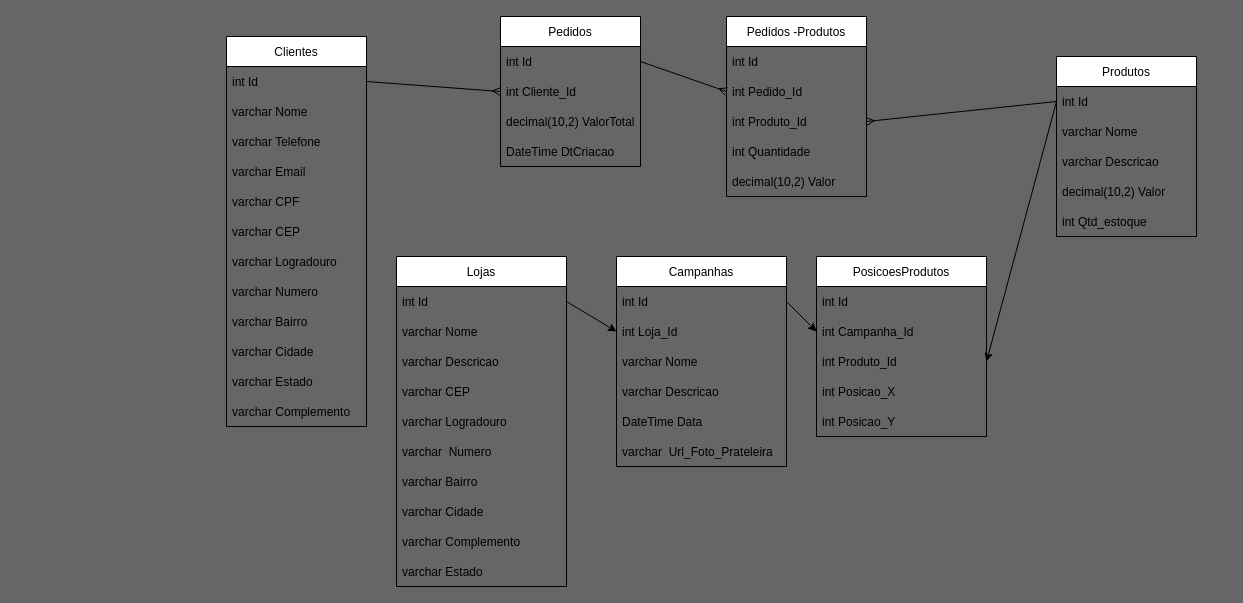
Above: draw.drawio in Luanftg/codigo-do-futuro-api-dotnet (draw.io), before the change. Source tidied: cells renumbered, new cells numbered last; positions are measured from the earlier drawing's top-left corner, leaving out a move shared by most shapes. Both pictures are drawn from the tidied source at 100%, with x=0, y=0 at pixel (226, 16).
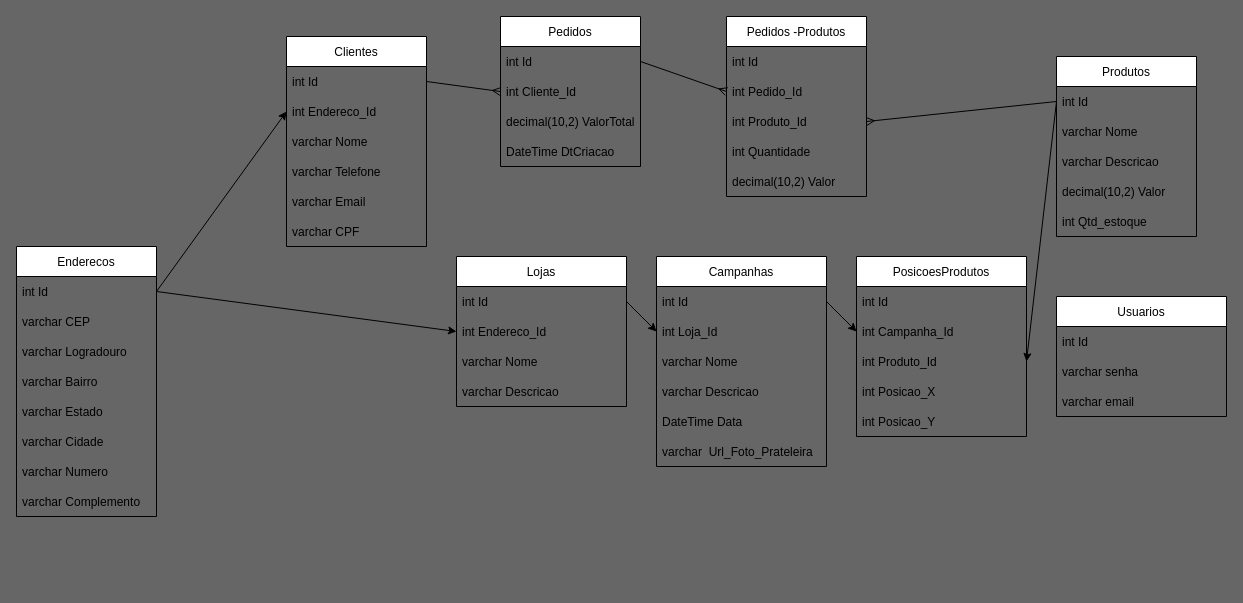
The same diagram, later.

Commit message:
feature(#7):Criado tabela endereco e tabela usuario

The edit, as a diff of the source:
```diff
@@
     <mxCell id="2" value="Clientes" style="swimlane;fontStyle=0;horizontal=1;startSize=30;" parent="1" vertex="1">
-      <mxGeometry y="20" width="140" height="390" as="geometry" />
+      <mxGeometry x="60" y="20" width="140" height="210" as="geometry" />
     </mxCell>
@@
+    <mxCell id="62" value="int Endereco_Id" style="text;strokeColor=none;fillColor=none;align=left;verticalAlign=middle;spacingLeft=4;spacingRight=4;overflow=hidden;points=[[0,0.5],[1,0.5]];portConstraint=eastwest;" parent="2" vertex="1">
+      <mxGeometry y="60" width="140" height="30" as="geometry" />
+    </mxCell>
     <mxCell id="4" value="varchar Nome" style="text;strokeColor=none;fillColor=none;align=left;verticalAlign=middle;spacingLeft=4;spacingRight=4;overflow=hidden;" parent="2" vertex="1">
-      <mxGeometry y="60" width="140" height="30" as="geometry" />
+      <mxGeometry y="90" width="140" height="30" as="geometry" />
     </mxCell>
     <mxCell id="5" value="varchar Telefone" style="text;strokeColor=none;fillColor=none;align=left;verticalAlign=middle;spacingLeft=4;spacingRight=4;overflow=hidden;" parent="2" vertex="1">
-      <mxGeometry y="90" width="140" height="30" as="geometry" />
+      <mxGeometry y="120" width="140" height="30" as="geometry" />
     </mxCell>
     <mxCell id="6" value="varchar Email" style="text;strokeColor=none;fillColor=none;align=left;verticalAlign=middle;spacingLeft=4;spacingRight=4;overflow=hidden;" parent="2" vertex="1">
-      <mxGeometry y="120" width="140" height="30" as="geometry" />
+      <mxGeometry y="150" width="140" height="30" as="geometry" />
     </mxCell>
     <mxCell id="7" value="varchar CPF" style="text;strokeColor=none;fillColor=none;align=left;verticalAlign=middle;spacingLeft=4;spacingRight=4;overflow=hidden;" parent="2" vertex="1">
-      <mxGeometry y="150" width="140" height="30" as="geometry" />
+      <mxGeometry y="180" width="140" height="30" as="geometry" />
     </mxCell>
-    <mxCell id="8" value="varchar CEP" style="text;strokeColor=none;fillColor=none;align=left;verticalAlign=middle;spacingLeft=4;spacingRight=4;overflow=hidden;" parent="2" vertex="1">
-      <mxGeometry y="180" width="140" height="30" as="geometry" />
-    </mxCell>
-    <mxCell id="9" value="varchar Logradouro" style="text;strokeColor=none;fillColor=none;align=left;verticalAlign=middle;spacingLeft=4;spacingRight=4;overflow=hidden;" parent="2" vertex="1">
-      <mxGeometry y="210" width="140" height="30" as="geometry" />
-    </mxCell>
-    <mxCell id="10" value="varchar Numero" style="text;strokeColor=none;fillColor=none;align=left;verticalAlign=middle;spacingLeft=4;spacingRight=4;overflow=hidden;" parent="2" vertex="1">
-      <mxGeometry y="240" width="140" height="30" as="geometry" />
-    </mxCell>
-    <mxCell id="11" value="varchar Bairro" style="text;strokeColor=none;fillColor=none;align=left;verticalAlign=middle;spacingLeft=4;spacingRight=4;overflow=hidden;" parent="2" vertex="1">
-      <mxGeometry y="270" width="140" height="30" as="geometry" />
-    </mxCell>
-    <mxCell id="12" value="varchar Cidade" style="text;strokeColor=none;fillColor=none;align=left;verticalAlign=middle;spacingLeft=4;spacingRight=4;overflow=hidden;" parent="2" vertex="1">
-      <mxGeometry y="300" width="140" height="30" as="geometry" />
-    </mxCell>
-    <mxCell id="13" value="varchar Estado" style="text;strokeColor=none;fillColor=none;align=left;verticalAlign=middle;spacingLeft=4;spacingRight=4;overflow=hidden;" parent="2" vertex="1">
-      <mxGeometry y="330" width="140" height="30" as="geometry" />
-    </mxCell>
-    <mxCell id="14" value="varchar Complemento" style="text;strokeColor=none;fillColor=none;align=left;verticalAlign=middle;spacingLeft=4;spacingRight=4;overflow=hidden;" parent="2" vertex="1">
-      <mxGeometry y="360" width="140" height="30" as="geometry" />
-    </mxCell>
@@
     <mxCell id="35" value="Lojas" style="swimlane;fontStyle=0;horizontal=1;startSize=30;" parent="1" vertex="1">
-      <mxGeometry x="170" y="240" width="170" height="330" as="geometry" />
+      <mxGeometry x="230" y="240" width="170" height="150" as="geometry" />
     </mxCell>
@@
+    <mxCell id="63" value="int Endereco_Id" style="text;strokeColor=none;fillColor=none;align=left;verticalAlign=middle;spacingLeft=4;spacingRight=4;overflow=hidden;points=[[0,0.5],[1,0.5]];portConstraint=eastwest;" parent="35" vertex="1">
+      <mxGeometry y="60" width="170" height="30" as="geometry" />
+    </mxCell>
     <mxCell id="37" value="varchar Nome" style="text;strokeColor=none;fillColor=none;align=left;verticalAlign=middle;spacingLeft=4;spacingRight=4;overflow=hidden;" parent="35" vertex="1">
-      <mxGeometry y="60" width="170" height="30" as="geometry" />
+      <mxGeometry y="90" width="170" height="30" as="geometry" />
     </mxCell>
     <mxCell id="38" value="varchar Descricao" style="text;strokeColor=none;fillColor=none;align=left;verticalAlign=middle;spacingLeft=4;spacingRight=4;overflow=hidden;" parent="35" vertex="1">
-      <mxGeometry y="90" width="170" height="30" as="geometry" />
+      <mxGeometry y="120" width="170" height="30" as="geometry" />
     </mxCell>
-    <mxCell id="39" value="varchar CEP" style="text;strokeColor=none;fillColor=none;align=left;verticalAlign=middle;spacingLeft=4;spacingRight=4;overflow=hidden;" parent="35" vertex="1">
-      <mxGeometry y="120" width="170" height="30" as="geometry" />
-    </mxCell>
-    <mxCell id="40" value="varchar Logradouro" style="text;strokeColor=none;fillColor=none;align=left;verticalAlign=middle;spacingLeft=4;spacingRight=4;overflow=hidden;" parent="35" vertex="1">
-      <mxGeometry y="150" width="170" height="30" as="geometry" />
-    </mxCell>
-    <mxCell id="41" value="varchar  Numero" style="text;strokeColor=none;fillColor=none;align=left;verticalAlign=middle;spacingLeft=4;spacingRight=4;overflow=hidden;" parent="35" vertex="1">
-      <mxGeometry y="180" width="170" height="30" as="geometry" />
-    </mxCell>
-    <mxCell id="42" value="varchar Bairro" style="text;strokeColor=none;fillColor=none;align=left;verticalAlign=middle;spacingLeft=4;spacingRight=4;overflow=hidden;" parent="35" vertex="1">
-      <mxGeometry y="210" width="170" height="30" as="geometry" />
-    </mxCell>
-    <mxCell id="43" value="varchar Cidade" style="text;strokeColor=none;fillColor=none;align=left;verticalAlign=middle;spacingLeft=4;spacingRight=4;overflow=hidden;" parent="35" vertex="1">
-      <mxGeometry y="240" width="170" height="30" as="geometry" />
-    </mxCell>
-    <mxCell id="44" value="varchar Complemento" style="text;strokeColor=none;fillColor=none;align=left;verticalAlign=middle;spacingLeft=4;spacingRight=4;overflow=hidden;" parent="35" vertex="1">
-      <mxGeometry y="270" width="170" height="30" as="geometry" />
-    </mxCell>
-    <mxCell id="45" value="varchar Estado" style="text;strokeColor=none;fillColor=none;align=left;verticalAlign=middle;spacingLeft=4;spacingRight=4;overflow=hidden;" parent="35" vertex="1">
-      <mxGeometry y="300" width="170" height="30" as="geometry" />
-    </mxCell>
     <mxCell id="46" value="PosicoesProdutos" style="swimlane;fontStyle=0;horizontal=1;startSize=30;" parent="1" vertex="1">
-      <mxGeometry x="590" y="240" width="170" height="180" as="geometry" />
+      <mxGeometry x="630" y="240" width="170" height="180" as="geometry" />
     </mxCell>
@@
     <mxCell id="52" value="Campanhas" style="swimlane;fontStyle=0;horizontal=1;startSize=30;" parent="1" vertex="1">
-      <mxGeometry x="390" y="240" width="170" height="210" as="geometry" />
+      <mxGeometry x="430" y="240" width="170" height="210" as="geometry" />
     </mxCell>
@@
+    <mxCell id="64" value="Usuarios" style="swimlane;fontStyle=0;horizontal=1;startSize=30;" parent="1" vertex="1">
+      <mxGeometry x="830" y="280" width="170" height="120" as="geometry" />
+    </mxCell>
+    <mxCell id="65" value="int Id" style="text;strokeColor=none;fillColor=none;align=left;verticalAlign=middle;spacingLeft=4;spacingRight=4;overflow=hidden;" parent="64" vertex="1">
+      <mxGeometry y="30" width="170" height="30" as="geometry" />
+    </mxCell>
+    <mxCell id="66" value="varchar senha" style="text;strokeColor=none;fillColor=none;align=left;verticalAlign=middle;spacingLeft=4;spacingRight=4;overflow=hidden;" parent="64" vertex="1">
+      <mxGeometry y="60" width="170" height="30" as="geometry" />
+    </mxCell>
+    <mxCell id="67" value="varchar email" style="text;strokeColor=none;fillColor=none;align=left;verticalAlign=middle;spacingLeft=4;spacingRight=4;overflow=hidden;" parent="64" vertex="1">
+      <mxGeometry y="90" width="170" height="30" as="geometry" />
+    </mxCell>
+    <mxCell id="68" value="Enderecos" style="swimlane;fontStyle=0;horizontal=1;startSize=30;" parent="1" vertex="1">
+      <mxGeometry x="-210" y="230" width="140" height="270" as="geometry" />
+    </mxCell>
+    <mxCell id="69" value="int Id" style="text;strokeColor=none;fillColor=none;align=left;verticalAlign=middle;spacingLeft=4;spacingRight=4;overflow=hidden;points=[[0,0.5],[1,0.5]];portConstraint=eastwest;" parent="68" vertex="1">
+      <mxGeometry y="30" width="140" height="30" as="geometry" />
+    </mxCell>
+    <mxCell id="8" value="varchar CEP" style="text;strokeColor=none;fillColor=none;align=left;verticalAlign=middle;spacingLeft=4;spacingRight=4;overflow=hidden;" parent="68" vertex="1">
+      <mxGeometry y="60" width="140" height="30" as="geometry" />
+    </mxCell>
+    <mxCell id="9" value="varchar Logradouro" style="text;strokeColor=none;fillColor=none;align=left;verticalAlign=middle;spacingLeft=4;spacingRight=4;overflow=hidden;" parent="68" vertex="1">
+      <mxGeometry y="90" width="140" height="30" as="geometry" />
+    </mxCell>
+    <mxCell id="11" value="varchar Bairro" style="text;strokeColor=none;fillColor=none;align=left;verticalAlign=middle;spacingLeft=4;spacingRight=4;overflow=hidden;" parent="68" vertex="1">
+      <mxGeometry y="120" width="140" height="30" as="geometry" />
+    </mxCell>
+    <mxCell id="13" value="varchar Estado" style="text;strokeColor=none;fillColor=none;align=left;verticalAlign=middle;spacingLeft=4;spacingRight=4;overflow=hidden;" parent="68" vertex="1">
+      <mxGeometry y="150" width="140" height="30" as="geometry" />
+    </mxCell>
+    <mxCell id="12" value="varchar Cidade" style="text;strokeColor=none;fillColor=none;align=left;verticalAlign=middle;spacingLeft=4;spacingRight=4;overflow=hidden;" parent="68" vertex="1">
+      <mxGeometry y="180" width="140" height="30" as="geometry" />
+    </mxCell>
+    <mxCell id="10" value="varchar Numero" style="text;strokeColor=none;fillColor=none;align=left;verticalAlign=middle;spacingLeft=4;spacingRight=4;overflow=hidden;" parent="68" vertex="1">
+      <mxGeometry y="210" width="140" height="30" as="geometry" />
+    </mxCell>
+    <mxCell id="14" value="varchar Complemento" style="text;strokeColor=none;fillColor=none;align=left;verticalAlign=middle;spacingLeft=4;spacingRight=4;overflow=hidden;" parent="68" vertex="1">
+      <mxGeometry y="240" width="140" height="30" as="geometry" />
+    </mxCell>
+    <mxCell id="70" style="edgeStyle=none;html=1;exitX=1;exitY=0.5;exitDx=0;exitDy=0;entryX=0;entryY=0.5;entryDx=0;entryDy=0;" parent="1" edge="1" source="69" target="62">
+      <mxGeometry relative="1" as="geometry" />
+    </mxCell>
+    <mxCell id="71" style="edgeStyle=none;html=1;exitX=1;exitY=0.5;exitDx=0;exitDy=0;entryX=0;entryY=0.5;entryDx=0;entryDy=0;" parent="1" edge="1" source="69" target="63">
+      <mxGeometry relative="1" as="geometry" />
+    </mxCell>
```
